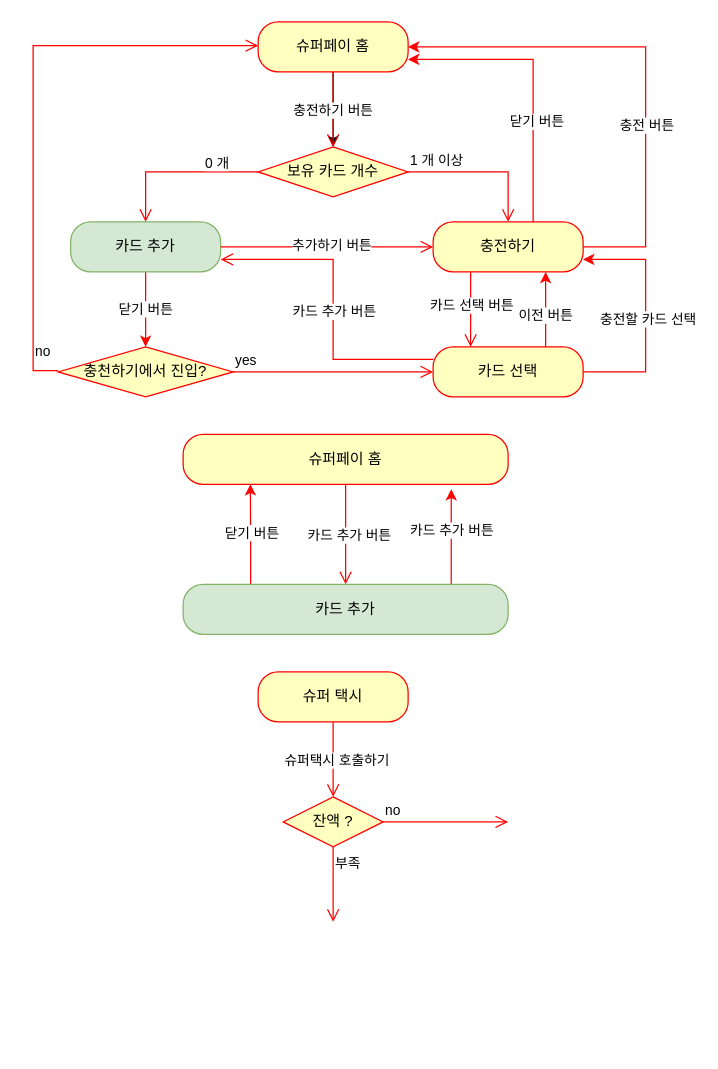
gookhee/diagrams keeps this draw.io diagram as page "충전플로우 - Topup RIB" (3 of 3) of SuperAppRIBTree.drawio. Above is the earlier version. Source tidied: cells renumbered, new cells numbered last; positions are measured from the earlier drawing's top-left corner, leaving out a move shared by most shapes. Both pictures are drawn from the tidied source at 125%, with x=0, y=0 at pixel (32, 21).
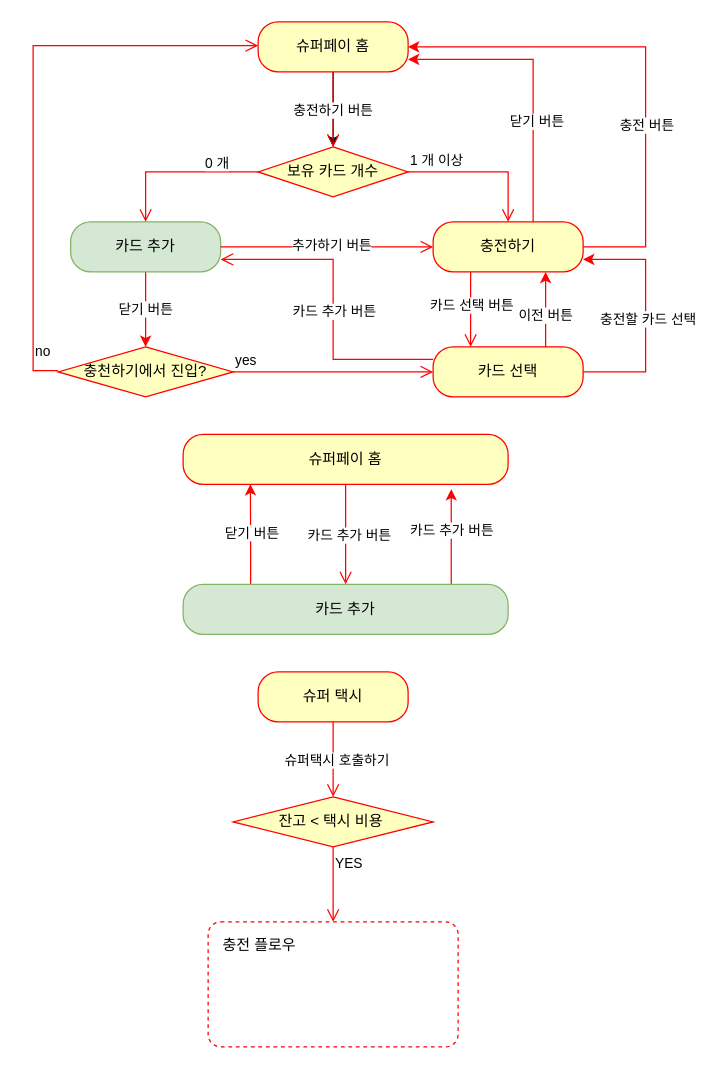
Above is the later version.

The edit, as a diff of the source:
```diff
@@
-    <mxCell id="41" value="잔액 ?" style="rhombus;whiteSpace=wrap;html=1;fillColor=#ffffc0;strokeColor=#ff0000;" parent="1" vertex="1">
-      <mxGeometry x="200" y="620" width="80" height="40" as="geometry" />
+    <mxCell id="41" value="잔고 &amp;lt; 택시 비용&amp;nbsp;" style="rhombus;whiteSpace=wrap;html=1;fillColor=#ffffc0;strokeColor=#ff0000;" parent="1" vertex="1">
+      <mxGeometry x="160" y="620" width="160" height="40" as="geometry" />
     </mxCell>
-    <mxCell id="42" value="no" style="edgeStyle=orthogonalEdgeStyle;html=1;align=left;verticalAlign=bottom;endArrow=open;endSize=8;strokeColor=#ff0000;rounded=0;" parent="1" edge="1" source="41">
-      <mxGeometry x="-1" relative="1" as="geometry">
-        <mxPoint x="380" y="640" as="targetPoint" />
-      </mxGeometry>
-    </mxCell>
-    <mxCell id="43" value="부족" style="edgeStyle=orthogonalEdgeStyle;html=1;align=left;verticalAlign=top;endArrow=open;endSize=8;strokeColor=#ff0000;rounded=0;" parent="1" edge="1" source="41">
+    <mxCell id="43" value="YES" style="edgeStyle=orthogonalEdgeStyle;html=1;align=left;verticalAlign=top;endArrow=open;endSize=8;strokeColor=#ff0000;rounded=0;" parent="1" edge="1" source="41">
       <mxGeometry x="-1" relative="1" as="geometry">
         <mxPoint x="240" y="720" as="targetPoint" />
       </mxGeometry>
     </mxCell>
+    <mxCell id="44" value="충전 플로우" style="dashed=1;rounded=1;absoluteArcSize=1;arcSize=20;html=1;verticalAlign=top;align=left;spacingTop=5;spacingLeft=10;strokeColor=#FF0000;" parent="1" vertex="1">
+      <mxGeometry x="140" y="720" width="200" height="100" as="geometry" />
+    </mxCell>
```
